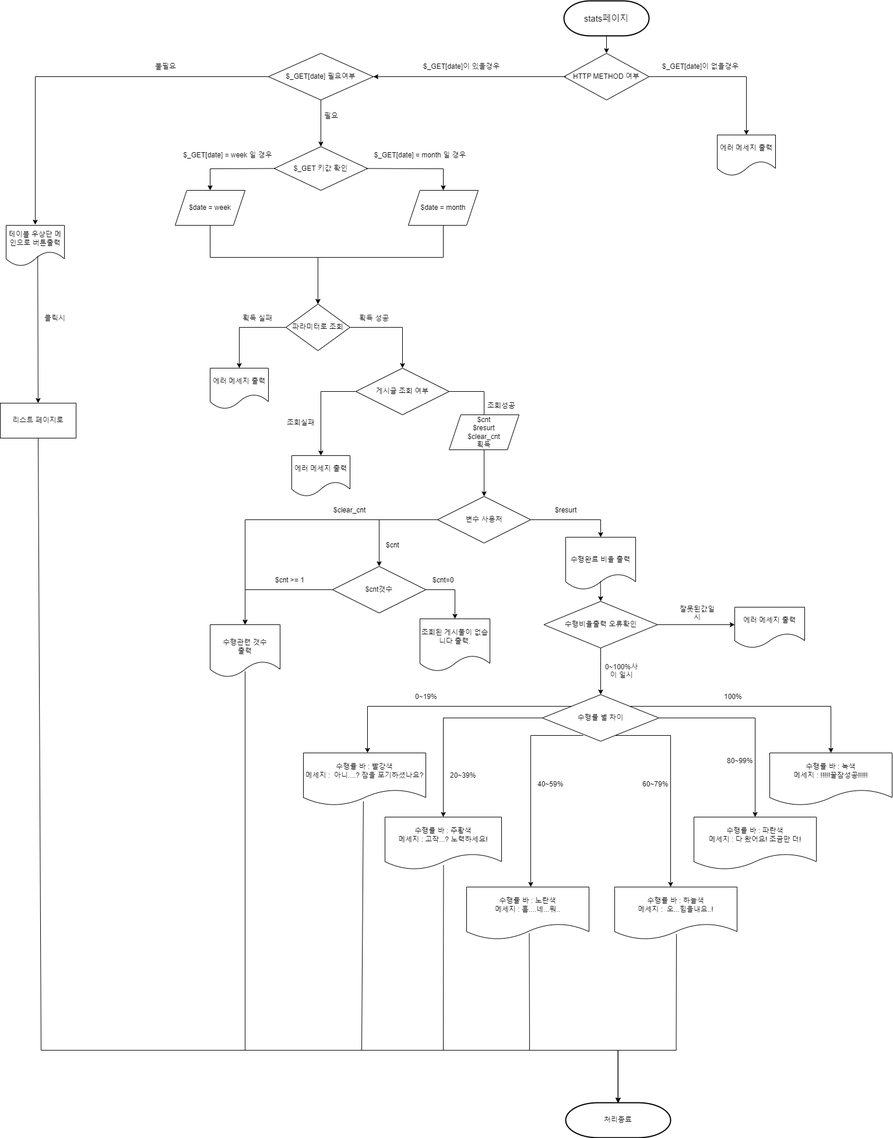
The draw.io diagram doc/통계페이지.png in 0817php-404NFT/todolist, before a commit. Source tidied: cells renumbered, new cells last; positions are measured from the earlier drawing's top-left corner, leaving out a move shared by most shapes.
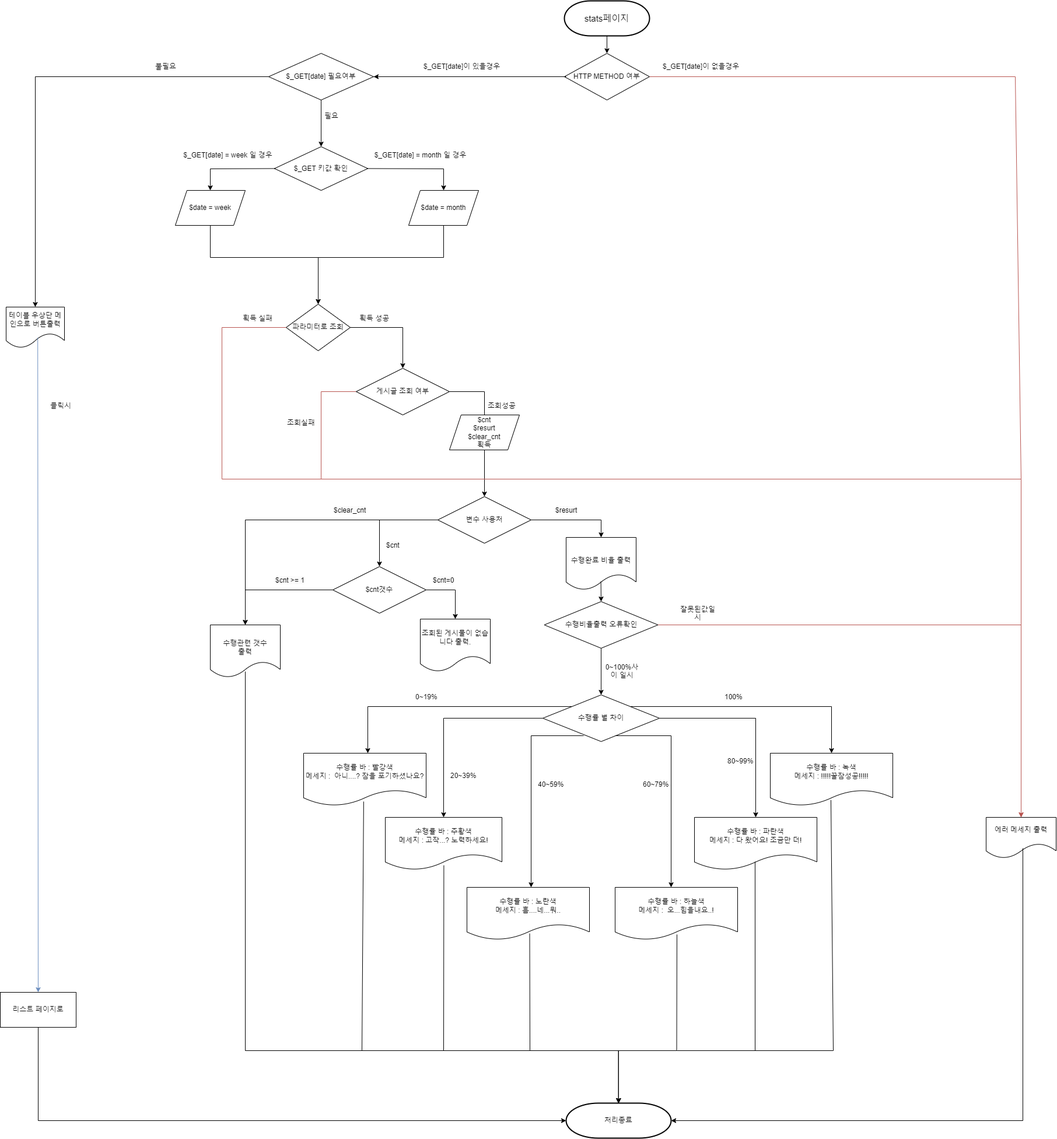
Later version of the same file.

The edit, as a diff of the source:
```diff
@@ -34,22 +34,12 @@
     <mxCell id="10" value="$_GET[date] = month 일 경우" style="text;html=1;align=center;verticalAlign=middle;strokeColor=none;fillColor=none;" parent="1" vertex="1">
       <mxGeometry x="630" y="250" width="180" height="30" as="geometry" />
     </mxCell>
-    <mxCell id="11" value="에러 메세지 출력" style="shape=document;whiteSpace=wrap;html=1;boundedLbl=1;size=0.35714285714285715;" parent="1" vertex="1">
-      <mxGeometry x="360" y="630" width="100" height="70" as="geometry" />
-    </mxCell>
     <mxCell id="12" value="파라미터로 조회" style="strokeWidth=1;html=1;shape=mxgraph.flowchart.decision;whiteSpace=wrap;" parent="1" vertex="1">
       <mxGeometry x="490" y="520" width="110" height="80" as="geometry" />
     </mxCell>
     <mxCell id="13" value="획득 실패" style="text;strokeColor=none;fillColor=none;align=left;verticalAlign=middle;spacingLeft=4;spacingRight=4;overflow=hidden;whiteSpace=wrap;html=1;" parent="1" vertex="1">
       <mxGeometry x="410" y="530" width="80" height="30" as="geometry" />
     </mxCell>
-    <mxCell id="14" style="endArrow=classic;html=1;rounded=0;exitX=0;exitY=0.5;exitDx=0;exitDy=0;exitPerimeter=0;entryX=0.5;entryY=0;entryDx=0;entryDy=0;" parent="1" edge="1" source="12" target="11">
-      <mxGeometry relative="1" as="geometry">
-        <Array as="points">
-          <mxPoint x="410" y="560" />
-        </Array>
-      </mxGeometry>
-    </mxCell>
     <mxCell id="15" style="endArrow=classic;html=1;rounded=0;exitX=1;exitY=0.5;exitDx=0;exitDy=0;exitPerimeter=0;entryX=0.5;entryY=0;entryDx=0;entryDy=0;" parent="1" edge="1" source="12" target="21">
       <mxGeometry relative="1" as="geometry">
         <Array as="points">
@@ -75,44 +65,33 @@
         </Array>
       </mxGeometry>
     </mxCell>
-    <mxCell id="19" value="에러 메세지 출력" style="shape=document;whiteSpace=wrap;html=1;boundedLbl=1;size=0.35714285714285715;" parent="1" vertex="1">
-      <mxGeometry x="500" y="780" width="100" height="70" as="geometry" />
-    </mxCell>
-    <mxCell id="20" style="endArrow=classic;html=1;rounded=0;exitX=0;exitY=0.5;exitDx=0;exitDy=0;entryX=0.5;entryY=0;entryDx=0;entryDy=0;" parent="1" edge="1" source="21" target="19">
+    <mxCell id="20" style="endArrow=classic;html=1;rounded=0;exitX=0;exitY=0.5;exitDx=0;exitDy=0;entryX=0.5;entryY=0;entryDx=0;entryDy=0;fillColor=#f8cecc;strokeColor=#b85450;" parent="1" edge="1" source="21" target="65">
       <mxGeometry relative="1" as="geometry">
         <Array as="points">
           <mxPoint x="550" y="670" />
+          <mxPoint x="550" y="820" />
+          <mxPoint x="1750" y="820" />
         </Array>
       </mxGeometry>
     </mxCell>
-    <mxCell id="21" value="게시글 조회 여부" style="rhombus;whiteSpace=wrap;html=1;" parent="1" vertex="1">
+    <mxCell id="21" value="게시글 조회 여부" style="rhombus;whiteSpace=wrap;html=1;direction=east;flipV=0;flipH=0;" parent="1" vertex="1">
       <mxGeometry x="610" y="630" width="160" height="80" as="geometry" />
     </mxCell>
-    <mxCell id="22" value="조회성공" style="text;strokeColor=none;fillColor=none;align=left;verticalAlign=middle;spacingLeft=4;spacingRight=4;overflow=hidden;whiteSpace=wrap;html=1;" parent="1" vertex="1">
+    <mxCell id="22" value="조회성공" style="text;strokeColor=none;fillColor=none;align=left;verticalAlign=middle;spacingLeft=4;spacingRight=4;overflow=hidden;whiteSpace=wrap;html=1;direction=east;flipV=0;flipH=0;" parent="1" vertex="1">
       <mxGeometry x="830" y="680" width="80" height="30" as="geometry" />
     </mxCell>
-    <mxCell id="23" value="조회실패" style="text;whiteSpace=wrap;html=1;" parent="1" vertex="1">
+    <mxCell id="23" value="조회실패" style="text;whiteSpace=wrap;html=1;direction=east;flipV=0;flipH=0;" parent="1" vertex="1">
       <mxGeometry x="490" y="710" width="80" height="30" as="geometry" />
     </mxCell>
     <mxCell id="24" value="$date&amp;nbsp;= week" style="shape=parallelogram;perimeter=parallelogramPerimeter;whiteSpace=wrap;html=1;fixedSize=1;" parent="1" vertex="1">
       <mxGeometry x="300" y="325" width="120" height="60" as="geometry" />
     </mxCell>
-    <mxCell id="25" value="에러 메세지 출력" style="shape=document;whiteSpace=wrap;html=1;boundedLbl=1;size=0.35714285714285715;" parent="1" vertex="1">
-      <mxGeometry x="1230" y="230" width="100" height="70" as="geometry" />
-    </mxCell>
     <mxCell id="26" value="$_GET[date] = week 일 경우" style="text;html=1;align=center;verticalAlign=middle;strokeColor=none;fillColor=none;" parent="1" vertex="1">
       <mxGeometry x="300" y="250" width="180" height="30" as="geometry" />
     </mxCell>
     <mxCell id="27" value="$date&amp;nbsp;= month" style="shape=parallelogram;perimeter=parallelogramPerimeter;whiteSpace=wrap;html=1;fixedSize=1;" parent="1" vertex="1">
       <mxGeometry x="700" y="325" width="120" height="60" as="geometry" />
     </mxCell>
-    <mxCell id="28" style="endArrow=classic;html=1;rounded=0;exitX=1;exitY=0.5;exitDx=0;exitDy=0;exitPerimeter=0;entryX=0.5;entryY=0;entryDx=0;entryDy=0;" parent="1" edge="1" source="3" target="25">
-      <mxGeometry relative="1" as="geometry">
-        <Array as="points">
-          <mxPoint x="1280" y="130" />
-        </Array>
-      </mxGeometry>
-    </mxCell>
     <mxCell id="29" style="endArrow=classic;html=1;rounded=0;exitX=1;exitY=0.5;exitDx=0;exitDy=0;entryX=0.5;entryY=0;entryDx=0;entryDy=0;" parent="1" edge="1" source="8" target="27">
       <mxGeometry relative="1" as="geometry">
         <Array as="points">
@@ -143,7 +122,7 @@
         </Array>
       </mxGeometry>
     </mxCell>
-    <mxCell id="33" value="$cnt&lt;br&gt;$resurt&lt;br&gt;$clear_cnt&lt;br&gt;획득" style="shape=parallelogram;perimeter=parallelogramPerimeter;whiteSpace=wrap;html=1;fixedSize=1;" parent="1" vertex="1">
+    <mxCell id="33" value="$cnt&lt;br&gt;$resurt&lt;br&gt;$clear_cnt&lt;br&gt;획득" style="shape=parallelogram;perimeter=parallelogramPerimeter;whiteSpace=wrap;html=1;fixedSize=1;direction=east;flipV=0;flipH=0;" parent="1" vertex="1">
       <mxGeometry x="770" y="710" width="120" height="60" as="geometry" />
     </mxCell>
     <mxCell id="34" value="변수 사용처" style="rhombus;whiteSpace=wrap;html=1;" parent="1" vertex="1">
@@ -273,13 +252,15 @@
     <mxCell id="63" value="&lt;div style=&quot;text-align: center;&quot;&gt;&lt;span style=&quot;background-color: initial;&quot;&gt;0~100%사이 일시&lt;/span&gt;&lt;/div&gt;" style="text;whiteSpace=wrap;html=1;" parent="1" vertex="1">
       <mxGeometry x="1030" y="1129" width="70" height="40" as="geometry" />
     </mxCell>
-    <mxCell id="64" style="endArrow=classic;html=1;rounded=0;exitX=1;exitY=0.5;exitDx=0;exitDy=0;" parent="1" edge="1" source="61">
+    <mxCell id="64" style="endArrow=classic;html=1;rounded=0;exitX=1;exitY=0.5;exitDx=0;exitDy=0;entryX=0.5;entryY=0;entryDx=0;entryDy=0;fillColor=#f8cecc;strokeColor=#b85450;" parent="1" edge="1" source="61" target="65">
       <mxGeometry relative="1" as="geometry">
-        <mxPoint x="1260" y="1070" as="targetPoint" />
+        <Array as="points">
+          <mxPoint x="1750" y="1070" />
+        </Array>
       </mxGeometry>
     </mxCell>
     <mxCell id="65" value="에러 메세지 출력" style="shape=document;whiteSpace=wrap;html=1;boundedLbl=1;size=0.35714285714285715;" parent="1" vertex="1">
-      <mxGeometry x="1260" y="1040" width="120" height="70" as="geometry" />
+      <mxGeometry x="1690" y="1400" width="120" height="70" as="geometry" />
     </mxCell>
     <mxCell id="66" value="&lt;div style=&quot;text-align: center;&quot;&gt;&lt;span style=&quot;background-color: initial;&quot;&gt;잘못된값일시&lt;/span&gt;&lt;/div&gt;" style="text;whiteSpace=wrap;html=1;" parent="1" vertex="1">
       <mxGeometry x="1160" y="1030" width="70" height="40" as="geometry" />
@@ -370,9 +351,8 @@
     <mxCell id="81" value="$_GET[date] 필요여부" style="rhombus;whiteSpace=wrap;html=1;" parent="1" vertex="1">
       <mxGeometry x="460" y="90" width="180" height="80" as="geometry" />
     </mxCell>
-    <mxCell id="82" style="endArrow=classic;html=1;rounded=0;exitX=0;exitY=0.5;exitDx=0;exitDy=0;" parent="1" edge="1" source="81">
+    <mxCell id="82" style="endArrow=classic;html=1;rounded=0;exitX=0;exitY=0.5;exitDx=0;exitDy=0;entryX=0.5;entryY=0;entryDx=0;entryDy=0;" parent="1" edge="1" source="81" target="85">
       <mxGeometry relative="1" as="geometry">
-        <mxPoint x="60" y="384" as="targetPoint" />
         <Array as="points">
           <mxPoint x="60" y="130" />
         </Array>
@@ -385,24 +365,64 @@
       <mxGeometry x="260" y="80" width="150" height="65" as="geometry" />
     </mxCell>
     <mxCell id="85" value="테이블 우상단 메인으로 버튼출력" style="shape=document;whiteSpace=wrap;html=1;boundedLbl=1;size=0.35714285714285715;" parent="1" vertex="1">
-      <mxGeometry x="10" y="385" width="100" height="70" as="geometry" />
+      <mxGeometry x="10" y="525" width="100" height="70" as="geometry" />
     </mxCell>
     <mxCell id="86" value="리스트 페이지로" style="rounded=0;whiteSpace=wrap;html=1;" parent="1" vertex="1">
-      <mxGeometry y="690" width="130" height="60" as="geometry" />
+      <mxGeometry y="1700" width="130" height="60" as="geometry" />
     </mxCell>
-    <mxCell id="87" style="endArrow=classic;html=1;rounded=0;exitX=0.542;exitY=0.749;exitDx=0;exitDy=0;exitPerimeter=0;" parent="1" edge="1" source="85" target="86">
+    <mxCell id="87" style="endArrow=classic;html=1;rounded=0;exitX=0.542;exitY=0.749;exitDx=0;exitDy=0;exitPerimeter=0;fillColor=#dae8fc;strokeColor=#6c8ebf;" parent="1" edge="1" source="85" target="86">
       <mxGeometry relative="1" as="geometry" />
     </mxCell>
     <mxCell id="88" value="클릭시" style="text;strokeColor=none;fillColor=none;align=left;verticalAlign=middle;spacingLeft=4;spacingRight=4;overflow=hidden;whiteSpace=wrap;html=1;" parent="1" vertex="1">
-      <mxGeometry x="70" y="530" width="80" height="30" as="geometry" />
+      <mxGeometry x="80" y="680" width="80" height="30" as="geometry" />
     </mxCell>
-    <mxCell id="89" style="endArrow=classic;html=1;rounded=0;exitX=0.5;exitY=1;exitDx=0;exitDy=0;entryX=0.5;entryY=0;entryDx=0;entryDy=0;entryPerimeter=0;" parent="1" edge="1" source="86" target="5">
+    <mxCell id="89" style="endArrow=classic;html=1;rounded=0;exitX=0.5;exitY=1;exitDx=0;exitDy=0;entryX=0;entryY=0.5;entryDx=0;entryDy=0;entryPerimeter=0;" parent="1" edge="1" source="86" target="5">
       <mxGeometry relative="1" as="geometry">
         <Array as="points">
-          <mxPoint x="70" y="1800" />
-          <mxPoint x="1060" y="1800" />
+          <mxPoint x="65" y="1920" />
         </Array>
       </mxGeometry>
     </mxCell>
+    <mxCell id="90" style="endArrow=none;html=1;rounded=0;exitX=0;exitY=0.5;exitDx=0;exitDy=0;exitPerimeter=0;fillColor=#f8cecc;strokeColor=#b85450;" parent="1" edge="1" source="12">
+      <mxGeometry relative="1" as="geometry">
+        <mxPoint x="550" y="820" as="targetPoint" />
+        <Array as="points">
+          <mxPoint x="380" y="560" />
+          <mxPoint x="380" y="820" />
+        </Array>
+      </mxGeometry>
+    </mxCell>
+    <mxCell id="91" style="endArrow=none;html=1;rounded=0;exitX=1;exitY=0.5;exitDx=0;exitDy=0;exitPerimeter=0;fillColor=#f8cecc;strokeColor=#b85450;" parent="1" edge="1" source="3">
+      <mxGeometry relative="1" as="geometry">
+        <mxPoint x="1750" y="820" as="targetPoint" />
+        <Array as="points">
+          <mxPoint x="1740" y="130" />
+        </Array>
+      </mxGeometry>
+    </mxCell>
+    <mxCell id="92" style="endArrow=classic;html=1;rounded=0;entryX=1;entryY=0.5;entryDx=0;entryDy=0;entryPerimeter=0;" parent="1" edge="1" target="5">
+      <mxGeometry relative="1" as="geometry">
+        <mxPoint x="1753" y="1453" as="sourcePoint" />
+        <Array as="points">
+          <mxPoint x="1753" y="1920" />
+        </Array>
+      </mxGeometry>
+    </mxCell>
+    <mxCell id="93" style="endArrow=none;html=1;rounded=0;exitX=0.495;exitY=0.844;exitDx=0;exitDy=0;exitPerimeter=0;" parent="1" edge="1" source="45">
+      <mxGeometry relative="1" as="geometry">
+        <mxPoint x="1160" y="1800" as="targetPoint" />
+        <Array as="points">
+          <mxPoint x="1294" y="1800" />
+        </Array>
+      </mxGeometry>
+    </mxCell>
+    <mxCell id="94" style="endArrow=none;html=1;rounded=0;entryX=0.495;entryY=0.892;entryDx=0;entryDy=0;entryPerimeter=0;" parent="1" edge="1" target="43">
+      <mxGeometry relative="1" as="geometry">
+        <mxPoint x="1290" y="1800" as="sourcePoint" />
+        <Array as="points">
+          <mxPoint x="1428" y="1800" />
+        </Array>
+      </mxGeometry>
+    </mxCell>
   </root>
 </mxGraphModel>
```
